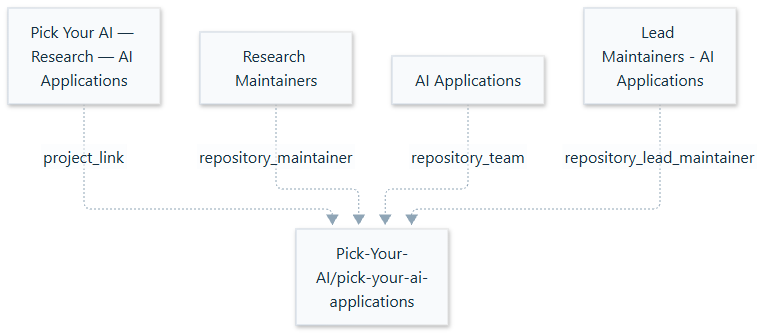
Above: docs/organization/current/area-ai-applications.png in Pick-Your-AI/.github (Mermaid), before the change. Its source is kept beside it as docs/organization/current/area-ai-applications.mmd.
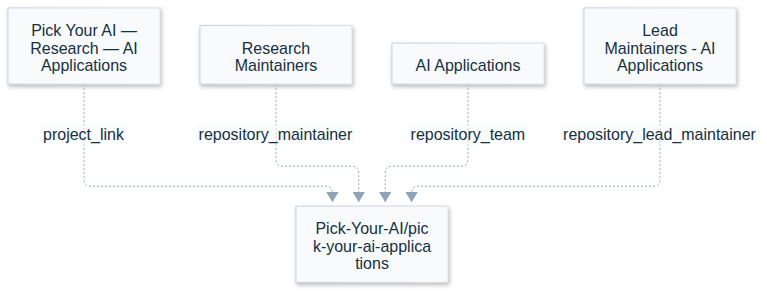
After the commit.

The edit, as a diff of the source:
```diff
@@ -1,7 +1,7 @@
 flowchart TB
 accTitle: Pick Your AI organization relationships
 accDescr: Solid arrows show actual team parents. Dotted labeled arrows distinguish responsibility and Project links.
-  n818e5ffad3296f5d8a3d["Pick Your AI #8212; Research #8212; AI Applications"]
+  n818e5ffad3296f5d8a3d["Pick Your AI — Research — AI Applications"]
   nb3466bd349c83ea080a0["Pick-Your-AI/pick-your-ai-applications"]
   n940a0317295456892b6e["Research Maintainers"]
   n8fd07be2dbefaf4667e0["AI Applications"]
```
